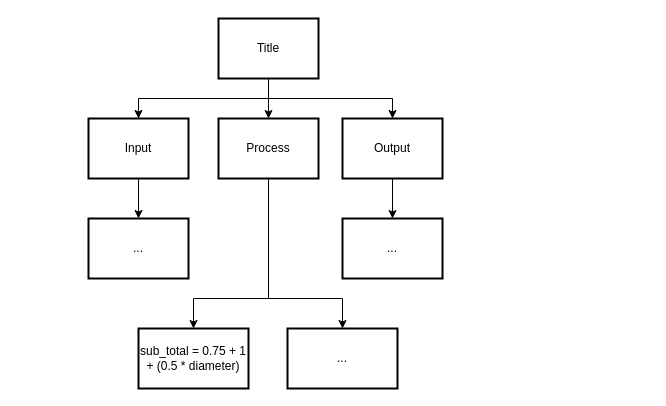
Aidan-Lalonde-Novales/ICS3U-Unit4-04-Python keeps this draw.io diagram as drawio/topDownDesign/topDownDesign.drawio. Above is the earlier version. Source tidied: cells renumbered, new cells numbered last; positions are measured from the earlier drawing's top-left corner, leaving out a move shared by most shapes. Both pictures are drawn from the tidied source at 100%, with x=0, y=0 at pixel (88, 18).
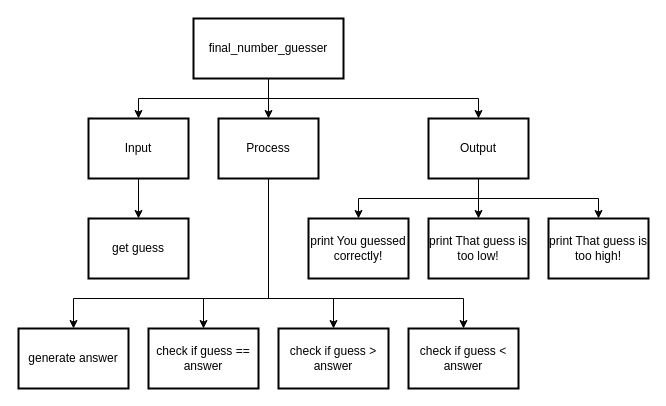
The same diagram, later.

The change refers to these unchanged cells:
```xml
<mxCell id="4" value="Process" style="rounded=0;whiteSpace=wrap;html=1;absoluteArcSize=1;arcSize=14;strokeWidth=2;" parent="1" vertex="1">
  <mxGeometry x="130" y="100" width="100" height="60" as="geometry" />
</mxCell>
```

Diff of the diagram source:
```diff
@@
     <mxCell id="2" style="edgeStyle=none;rounded=0;html=1;exitX=0.5;exitY=1;exitDx=0;exitDy=0;entryX=0.5;entryY=0;entryDx=0;entryDy=0;" parent="1" edge="1" source="4" target="15">
       <mxGeometry relative="1" as="geometry">
         <Array as="points">
           <mxPoint x="180" y="280" />
-          <mxPoint x="105" y="280" />
+          <mxPoint x="-15" y="280" />
         </Array>
       </mxGeometry>
     </mxCell>
     <mxCell id="3" style="edgeStyle=none;rounded=0;html=1;exitX=0.5;exitY=1;exitDx=0;exitDy=0;entryX=0.5;entryY=0;entryDx=0;entryDy=0;" parent="1" edge="1" source="4" target="16">
       <mxGeometry relative="1" as="geometry">
         <Array as="points">
           <mxPoint x="180" y="280" />
-          <mxPoint x="254" y="280" />
+          <mxPoint x="115" y="280" />
         </Array>
       </mxGeometry>
     </mxCell>
+    <mxCell id="17" style="edgeStyle=none;rounded=0;html=1;exitX=0.5;exitY=1;exitDx=0;exitDy=0;entryX=0.5;entryY=0;entryDx=0;entryDy=0;" parent="1" edge="1" source="4" target="21">
+      <mxGeometry relative="1" as="geometry">
+        <Array as="points">
+          <mxPoint x="180" y="280" />
+          <mxPoint x="245" y="280" />
+        </Array>
+      </mxGeometry>
+    </mxCell>
+    <mxCell id="18" style="edgeStyle=none;rounded=0;html=1;exitX=0.5;exitY=1;exitDx=0;exitDy=0;entryX=0.5;entryY=0;entryDx=0;entryDy=0;" parent="1" edge="1" source="4" target="22">
+      <mxGeometry relative="1" as="geometry">
+        <Array as="points">
+          <mxPoint x="180" y="280" />
+          <mxPoint x="375" y="280" />
+        </Array>
+      </mxGeometry>
+    </mxCell>
@@
     <mxCell id="7" style="edgeStyle=none;rounded=0;html=1;exitX=0.5;exitY=1;exitDx=0;exitDy=0;entryX=0.5;entryY=0;entryDx=0;entryDy=0;" parent="1" edge="1" source="8" target="12">
       <mxGeometry relative="1" as="geometry">
         <Array as="points">
           <mxPoint x="180" y="80" />
-          <mxPoint x="304" y="80" />
+          <mxPoint x="390" y="80" />
         </Array>
       </mxGeometry>
     </mxCell>
-    <mxCell id="8" value="Title" style="rounded=0;whiteSpace=wrap;html=1;absoluteArcSize=1;arcSize=14;strokeWidth=2;" parent="1" vertex="1">
-      <mxGeometry x="130" width="100" height="60" as="geometry" />
+    <mxCell id="8" value="final_number_guesser" style="rounded=0;whiteSpace=wrap;html=1;absoluteArcSize=1;arcSize=14;strokeWidth=2;" parent="1" vertex="1">
+      <mxGeometry x="105" width="150" height="60" as="geometry" />
     </mxCell>
@@
     <mxCell id="11" style="edgeStyle=none;rounded=0;html=1;entryX=0.5;entryY=0;entryDx=0;entryDy=0;" parent="1" edge="1" source="12" target="14">
-      <mxGeometry relative="1" as="geometry" />
+      <mxGeometry relative="1" as="geometry">
+        <Array as="points">
+          <mxPoint x="390" y="180" />
+          <mxPoint x="270" y="180" />
+        </Array>
+      </mxGeometry>
     </mxCell>
+    <mxCell id="19" style="edgeStyle=none;html=1;entryX=0.5;entryY=0;entryDx=0;entryDy=0;" parent="1" edge="1" source="12" target="23">
+      <mxGeometry relative="1" as="geometry" />
+    </mxCell>
+    <mxCell id="20" style="edgeStyle=none;html=1;exitX=0.5;exitY=1;exitDx=0;exitDy=0;entryX=0.5;entryY=0;entryDx=0;entryDy=0;rounded=0;" parent="1" edge="1" source="12" target="24">
+      <mxGeometry relative="1" as="geometry">
+        <Array as="points">
+          <mxPoint x="390" y="180" />
+          <mxPoint x="510" y="180" />
+        </Array>
+      </mxGeometry>
+    </mxCell>
     <mxCell id="12" value="Output" style="rounded=0;whiteSpace=wrap;html=1;absoluteArcSize=1;arcSize=14;strokeWidth=2;" parent="1" vertex="1">
-      <mxGeometry x="254" y="100" width="100" height="60" as="geometry" />
+      <mxGeometry x="340" y="100" width="100" height="60" as="geometry" />
     </mxCell>
-    <mxCell id="13" value="..." style="rounded=0;whiteSpace=wrap;html=1;absoluteArcSize=1;arcSize=14;strokeWidth=2;" parent="1" vertex="1">
+    <mxCell id="13" value="get guess" style="rounded=0;whiteSpace=wrap;html=1;absoluteArcSize=1;arcSize=14;strokeWidth=2;" parent="1" vertex="1">
       <mxGeometry y="200" width="100" height="60" as="geometry" />
     </mxCell>
-    <mxCell id="14" value="..." style="rounded=0;whiteSpace=wrap;html=1;absoluteArcSize=1;arcSize=14;strokeWidth=2;" parent="1" vertex="1">
-      <mxGeometry x="254" y="200" width="100" height="60" as="geometry" />
+    <mxCell id="14" value="print You guessed correctly!" style="rounded=0;whiteSpace=wrap;html=1;absoluteArcSize=1;arcSize=14;strokeWidth=2;" parent="1" vertex="1">
+      <mxGeometry x="220" y="200" width="100" height="60" as="geometry" />
     </mxCell>
-    <mxCell id="15" value="sub_total = 0.75 + 1 + (0.5 * diameter)" style="rounded=0;whiteSpace=wrap;html=1;absoluteArcSize=1;arcSize=14;strokeWidth=2;" parent="1" vertex="1">
-      <mxGeometry x="50" y="310" width="110" height="60" as="geometry" />
+    <mxCell id="15" value="generate answer" style="rounded=0;whiteSpace=wrap;html=1;absoluteArcSize=1;arcSize=14;strokeWidth=2;" parent="1" vertex="1">
+      <mxGeometry x="-70" y="310" width="110" height="60" as="geometry" />
     </mxCell>
-    <mxCell id="16" value="..." style="rounded=0;whiteSpace=wrap;html=1;absoluteArcSize=1;arcSize=14;strokeWidth=2;" parent="1" vertex="1">
-      <mxGeometry x="199" y="310" width="110" height="60" as="geometry" />
+    <mxCell id="16" value="check if guess == answer" style="rounded=0;whiteSpace=wrap;html=1;absoluteArcSize=1;arcSize=14;strokeWidth=2;" parent="1" vertex="1">
+      <mxGeometry x="60" y="310" width="110" height="60" as="geometry" />
     </mxCell>
+    <mxCell id="21" value="check if guess &amp;gt; answer" style="rounded=0;whiteSpace=wrap;html=1;absoluteArcSize=1;arcSize=14;strokeWidth=2;" parent="1" vertex="1">
+      <mxGeometry x="190" y="310" width="110" height="60" as="geometry" />
+    </mxCell>
+    <mxCell id="22" value="check if guess &amp;lt; answer" style="rounded=0;whiteSpace=wrap;html=1;absoluteArcSize=1;arcSize=14;strokeWidth=2;" parent="1" vertex="1">
+      <mxGeometry x="320" y="310" width="110" height="60" as="geometry" />
+    </mxCell>
+    <mxCell id="23" value="print That guess is too low!" style="rounded=0;whiteSpace=wrap;html=1;absoluteArcSize=1;arcSize=14;strokeWidth=2;" parent="1" vertex="1">
+      <mxGeometry x="340" y="200" width="100" height="60" as="geometry" />
+    </mxCell>
+    <mxCell id="24" value="print That guess is too high!" style="rounded=0;whiteSpace=wrap;html=1;absoluteArcSize=1;arcSize=14;strokeWidth=2;" parent="1" vertex="1">
+      <mxGeometry x="460" y="200" width="100" height="60" as="geometry" />
+    </mxCell>
```
